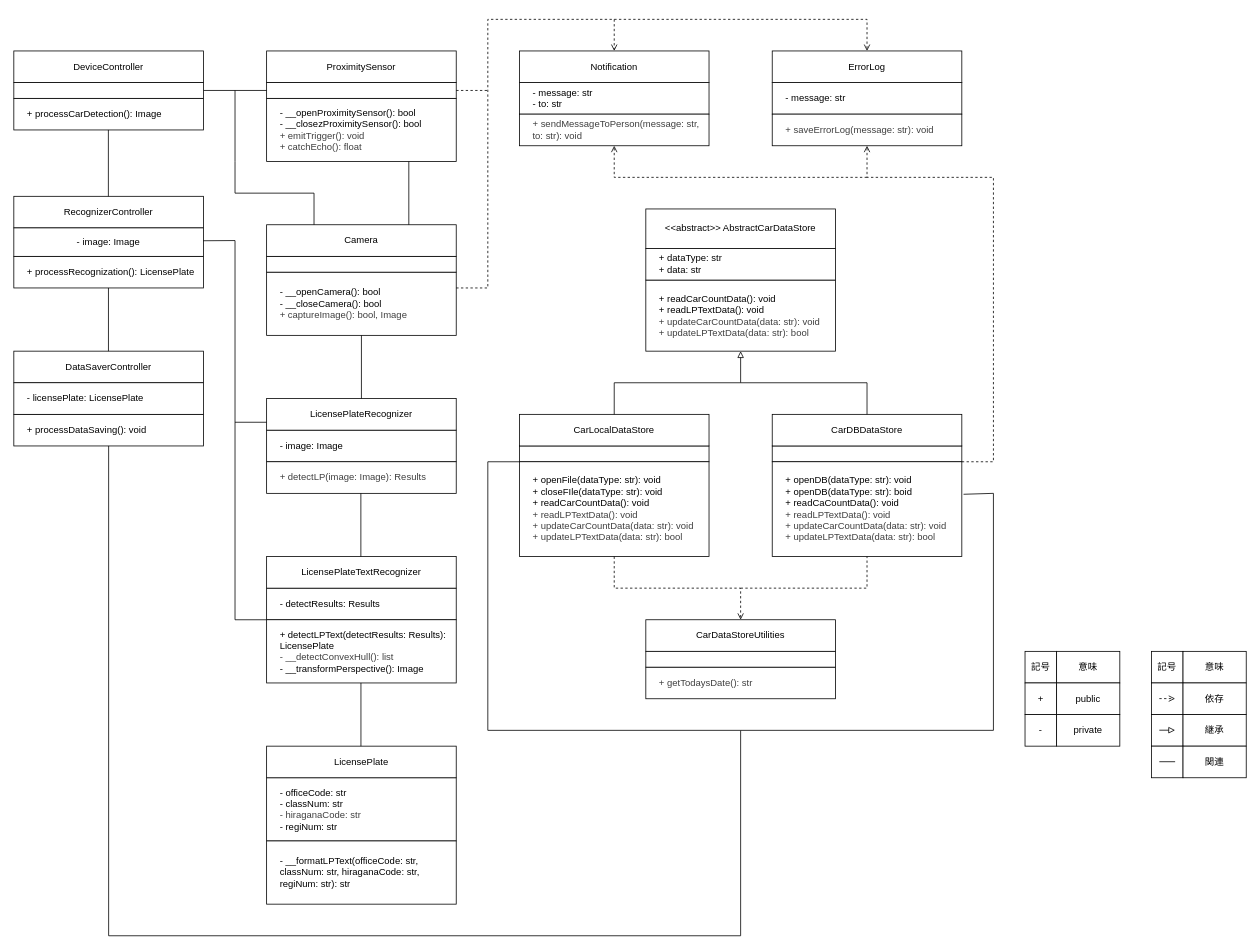
The draw.io diagram page "入口用" (1 of 2) of uml/class_diagram.drawio in kokoa454/ANPR_JP, before the edit. Source tidied: cells renumbered, new cells numbered last; positions are measured from the earlier drawing's top-left corner, leaving out a move shared by most shapes. Both pictures are drawn from the tidied source at 79%, with x=0, y=0 at pixel (13, 19).
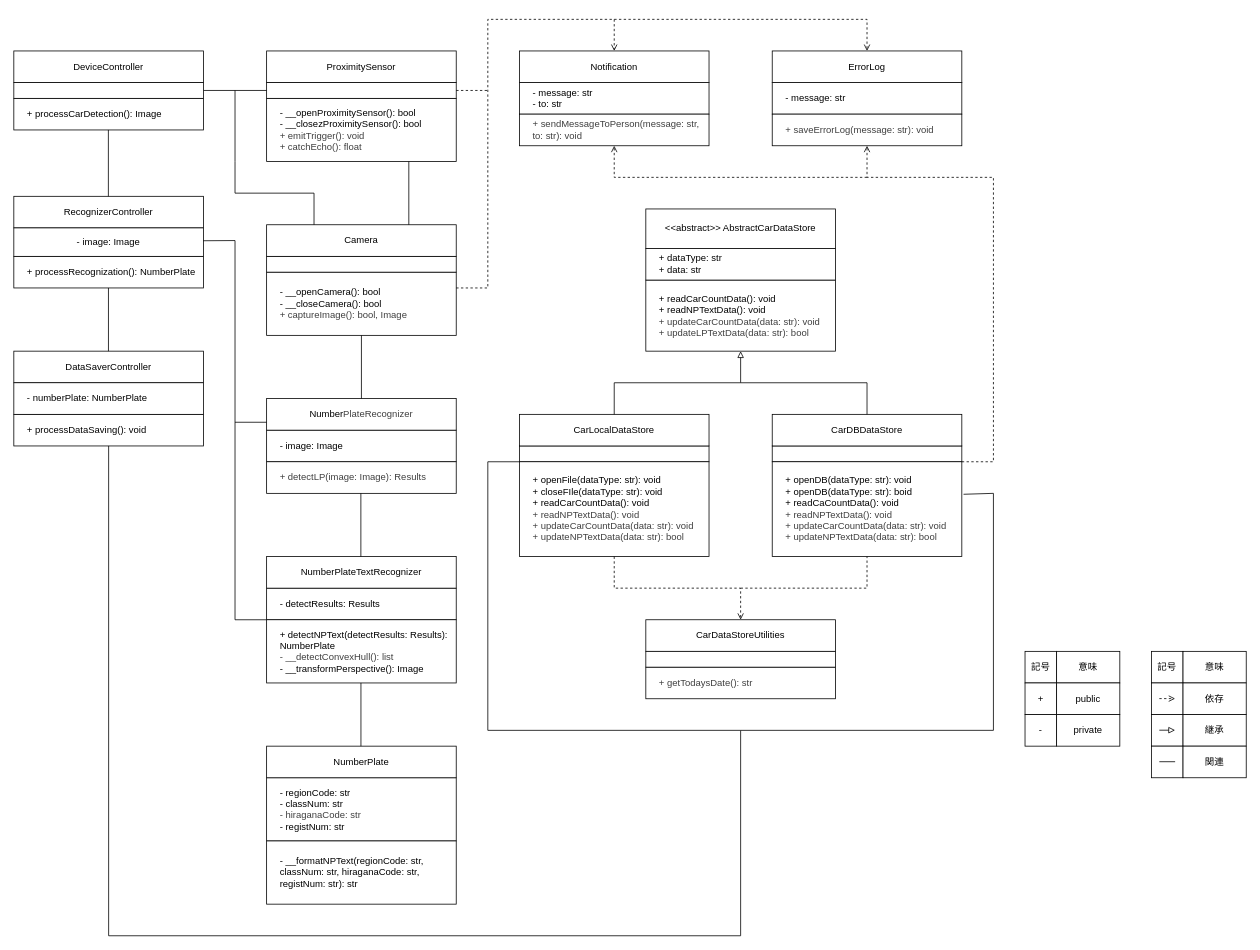
The same page after the edit.

Commit message (it also covers changes not shown here):
updated module names to Number Plate from License Plate

Diff of the diagram source:
```diff
@@
-    <mxCell id="2" value="- officeCode: str&lt;div&gt;- classNum: str&lt;/div&gt;&lt;div&gt;&lt;span style=&quot;background-color: transparent; color: rgb(63, 63, 63);&quot;&gt;- hiraganaCode: str&lt;/span&gt;&lt;/div&gt;&lt;div&gt;- regiNum: str&lt;/div&gt;" style="rounded=0;whiteSpace=wrap;html=1;align=left;spacingLeft=15;" parent="1" vertex="1">
+    <mxCell id="2" value="- regionCode: str&lt;div&gt;- classNum: str&lt;/div&gt;&lt;div&gt;&lt;span style=&quot;background-color: transparent; color: rgb(63, 63, 63);&quot;&gt;- hiraganaCode: str&lt;/span&gt;&lt;/div&gt;&lt;div&gt;- registNum: str&lt;/div&gt;" style="rounded=0;whiteSpace=wrap;html=1;align=left;spacingLeft=15;" parent="1" vertex="1">
       <mxGeometry x="320" y="960" width="240" height="80" as="geometry" />
     </mxCell>
-    <mxCell id="3" value="LicensePlate" style="rounded=0;whiteSpace=wrap;html=1;" parent="1" vertex="1">
+    <mxCell id="3" value="NumberPlate" style="rounded=0;whiteSpace=wrap;html=1;" parent="1" vertex="1">
       <mxGeometry x="320" y="920" width="240" height="40" as="geometry" />
     </mxCell>
-    <mxCell id="4" value="&lt;div&gt;&lt;span style=&quot;background-color: transparent;&quot;&gt;- __formatLPText(officeCode: str, classNum: str, hiraganaCode: str, regiNum: str): str&lt;/span&gt;&lt;/div&gt;" style="rounded=0;whiteSpace=wrap;html=1;align=left;spacingLeft=15;" parent="1" vertex="1">
+    <mxCell id="4" value="&lt;div&gt;&lt;span style=&quot;background-color: transparent;&quot;&gt;- __formatNPText(regionCode: str, classNum: str, hiraganaCode: str, registNum: str): str&lt;/span&gt;&lt;/div&gt;" style="rounded=0;whiteSpace=wrap;html=1;align=left;spacingLeft=15;" parent="1" vertex="1">
       <mxGeometry x="320" y="1040" width="240" height="80" as="geometry" />
     </mxCell>
@@
-    <mxCell id="17" value="LicensePlateRecognizer" style="rounded=0;whiteSpace=wrap;html=1;" parent="1" vertex="1">
+    <mxCell id="17" value="Number&lt;span style=&quot;color: rgb(63, 63, 63); background-color: transparent;&quot;&gt;PlateRecognizer&lt;/span&gt;" style="rounded=0;whiteSpace=wrap;html=1;" parent="1" vertex="1">
       <mxGeometry x="320" y="480" width="240" height="40" as="geometry" />
     </mxCell>
@@
-    <mxCell id="20" value="LicensePlateTextRecognizer" style="rounded=0;whiteSpace=wrap;html=1;" parent="1" vertex="1">
+    <mxCell id="20" value="NumberPlateTextRecognizer" style="rounded=0;whiteSpace=wrap;html=1;" parent="1" vertex="1">
       <mxGeometry x="320" y="680" width="240" height="40" as="geometry" />
     </mxCell>
-    <mxCell id="21" value="&lt;div&gt;+ detectLPText(detectResults: Results): LicensePlate&lt;/div&gt;&lt;div&gt;&lt;span style=&quot;color: rgb(63, 63, 63); background-color: transparent;&quot;&gt;- __detectConvexHull(): list&lt;/span&gt;&lt;/div&gt;&lt;div&gt;- __transformPerspective(): Image&lt;/div&gt;" style="rounded=0;whiteSpace=wrap;html=1;align=left;spacingLeft=15;" parent="1" vertex="1">
+    <mxCell id="21" value="&lt;div&gt;+ detectNPText(detectResults: Results): NumberPlate&lt;/div&gt;&lt;div&gt;&lt;span style=&quot;color: rgb(63, 63, 63); background-color: transparent;&quot;&gt;- __detectConvexHull(): list&lt;/span&gt;&lt;/div&gt;&lt;div&gt;- __transformPerspective(): Image&lt;/div&gt;" style="rounded=0;whiteSpace=wrap;html=1;align=left;spacingLeft=15;" parent="1" vertex="1">
       <mxGeometry x="320" y="760" width="240" height="80" as="geometry" />
     </mxCell>
@@
-    <mxCell id="24" value="&lt;div&gt;&lt;span style=&quot;scrollbar-color: rgb(226, 226, 226) rgb(251, 251, 251); color: rgb(0, 0, 0);&quot;&gt;+ openFile(dataType: str): void&lt;/span&gt;&lt;/div&gt;&lt;div&gt;&lt;span style=&quot;scrollbar-color: rgb(226, 226, 226) rgb(251, 251, 251); color: rgb(0, 0, 0);&quot;&gt;+ closeFIle(&lt;/span&gt;&lt;span style=&quot;color: rgb(0, 0, 0); background-color: transparent;&quot;&gt;dataType: str&lt;/span&gt;&lt;span style=&quot;background-color: transparent;&quot;&gt;): void&lt;/span&gt;&lt;/div&gt;&lt;span style=&quot;scrollbar-color: rgb(226, 226, 226) rgb(251, 251, 251); color: rgb(0, 0, 0);&quot;&gt;+ readCarCountData(): void&lt;/span&gt;&lt;div style=&quot;color: rgb(63, 63, 63); scrollbar-color: rgb(226, 226, 226) rgb(251, 251, 251);&quot;&gt;&lt;font style=&quot;color: rgb(63, 63, 63); scrollbar-color: rgb(226, 226, 226) rgb(251, 251, 251);&quot;&gt;+ readLPTextData(): void&lt;br style=&quot;color: rgb(63, 63, 63); scrollbar-color: rgb(226, 226, 226) rgb(251, 251, 251);&quot;&gt;&lt;/font&gt;&lt;div style=&quot;scrollbar-color: rgb(226, 226, 226) rgb(251, 251, 251); color: rgb(63, 63, 63);&quot;&gt;&lt;div style=&quot;scrollbar-color: rgb(226, 226, 226) rgb(251, 251, 251); color: rgb(63, 63, 63);&quot;&gt;&lt;span style=&quot;scrollbar-color: rgb(226, 226, 226) rgb(251, 251, 251); background-color: transparent; color: rgb(63, 63, 63);&quot;&gt;+ updateCarCountData(data: str): void&lt;/span&gt;&lt;/div&gt;&lt;/div&gt;&lt;div style=&quot;scrollbar-color: rgb(226, 226, 226) rgb(251, 251, 251); color: rgb(63, 63, 63);&quot;&gt;+ updateLPTextData(data: str): bool&lt;/div&gt;&lt;/div&gt;" style="rounded=0;whiteSpace=wrap;html=1;align=left;spacingLeft=15;" parent="1" vertex="1">
+    <mxCell id="24" value="&lt;div&gt;&lt;span style=&quot;scrollbar-color: rgb(226, 226, 226) rgb(251, 251, 251); color: rgb(0, 0, 0);&quot;&gt;+ openFile(dataType: str): void&lt;/span&gt;&lt;/div&gt;&lt;div&gt;&lt;span style=&quot;scrollbar-color: rgb(226, 226, 226) rgb(251, 251, 251); color: rgb(0, 0, 0);&quot;&gt;+ closeFIle(&lt;/span&gt;&lt;span style=&quot;color: rgb(0, 0, 0); background-color: transparent;&quot;&gt;dataType: str&lt;/span&gt;&lt;span style=&quot;background-color: transparent;&quot;&gt;): void&lt;/span&gt;&lt;/div&gt;&lt;span style=&quot;scrollbar-color: rgb(226, 226, 226) rgb(251, 251, 251); color: rgb(0, 0, 0);&quot;&gt;+ readCarCountData(): void&lt;/span&gt;&lt;div style=&quot;color: rgb(63, 63, 63); scrollbar-color: rgb(226, 226, 226) rgb(251, 251, 251);&quot;&gt;&lt;font style=&quot;color: rgb(63, 63, 63); scrollbar-color: rgb(226, 226, 226) rgb(251, 251, 251);&quot;&gt;+ readNPTextData(): void&lt;br style=&quot;color: rgb(63, 63, 63); scrollbar-color: rgb(226, 226, 226) rgb(251, 251, 251);&quot;&gt;&lt;/font&gt;&lt;div style=&quot;scrollbar-color: rgb(226, 226, 226) rgb(251, 251, 251); color: rgb(63, 63, 63);&quot;&gt;&lt;div style=&quot;scrollbar-color: rgb(226, 226, 226) rgb(251, 251, 251); color: rgb(63, 63, 63);&quot;&gt;&lt;span style=&quot;scrollbar-color: rgb(226, 226, 226) rgb(251, 251, 251); background-color: transparent; color: rgb(63, 63, 63);&quot;&gt;+ updateCarCountData(data: str): void&lt;/span&gt;&lt;/div&gt;&lt;/div&gt;&lt;div style=&quot;scrollbar-color: rgb(226, 226, 226) rgb(251, 251, 251); color: rgb(63, 63, 63);&quot;&gt;+ updateNPTextData(data: str): bool&lt;/div&gt;&lt;/div&gt;" style="rounded=0;whiteSpace=wrap;html=1;align=left;spacingLeft=15;" parent="1" vertex="1">
       <mxGeometry x="640" y="560" width="240" height="120" as="geometry" />
     </mxCell>
@@
-    <mxCell id="27" value="&lt;span style=&quot;scrollbar-color: rgb(226, 226, 226) rgb(251, 251, 251); color: rgb(0, 0, 0);&quot;&gt;+ openDB(&lt;span style=&quot;color: rgb(0, 0, 0);&quot;&gt;dataType: str&lt;/span&gt;): void&lt;/span&gt;&lt;div&gt;&lt;span style=&quot;scrollbar-color: rgb(226, 226, 226) rgb(251, 251, 251);&quot;&gt;&lt;font color=&quot;#000000&quot;&gt;+ openDB(&lt;/font&gt;&lt;/span&gt;&lt;span style=&quot;color: rgb(0, 0, 0); background-color: transparent;&quot;&gt;dataType: str&lt;/span&gt;&lt;span style=&quot;background-color: transparent;&quot;&gt;): boid&lt;/span&gt;&lt;/div&gt;&lt;div&gt;&lt;span style=&quot;scrollbar-color: rgb(226, 226, 226) rgb(251, 251, 251);&quot;&gt;&lt;font&gt;+ readCaCountData(): void&lt;/font&gt;&lt;/span&gt;&lt;div style=&quot;color: rgb(63, 63, 63); scrollbar-color: rgb(226, 226, 226) rgb(251, 251, 251);&quot;&gt;&lt;font style=&quot;color: rgb(63, 63, 63); scrollbar-color: rgb(226, 226, 226) rgb(251, 251, 251);&quot;&gt;+ readLPTextData(): void&lt;br style=&quot;color: rgb(63, 63, 63); scrollbar-color: rgb(226, 226, 226) rgb(251, 251, 251);&quot;&gt;&lt;/font&gt;&lt;div style=&quot;scrollbar-color: rgb(226, 226, 226) rgb(251, 251, 251); color: rgb(63, 63, 63);&quot;&gt;&lt;div style=&quot;scrollbar-color: rgb(226, 226, 226) rgb(251, 251, 251); color: rgb(63, 63, 63);&quot;&gt;&lt;span style=&quot;scrollbar-color: rgb(226, 226, 226) rgb(251, 251, 251); background-color: transparent; color: rgb(63, 63, 63);&quot;&gt;+ updateCarCountData(data: str): void&lt;/span&gt;&lt;/div&gt;&lt;/div&gt;&lt;div style=&quot;scrollbar-color: rgb(226, 226, 226) rgb(251, 251, 251); color: rgb(63, 63, 63);&quot;&gt;+ updateLPTextData(data: str): bool&lt;/div&gt;&lt;/div&gt;&lt;/div&gt;" style="rounded=0;whiteSpace=wrap;html=1;align=left;spacingLeft=15;" parent="1" vertex="1">
+    <mxCell id="27" value="&lt;span style=&quot;scrollbar-color: rgb(226, 226, 226) rgb(251, 251, 251); color: rgb(0, 0, 0);&quot;&gt;+ openDB(&lt;span style=&quot;color: rgb(0, 0, 0);&quot;&gt;dataType: str&lt;/span&gt;): void&lt;/span&gt;&lt;div&gt;&lt;span style=&quot;scrollbar-color: rgb(226, 226, 226) rgb(251, 251, 251);&quot;&gt;&lt;font color=&quot;#000000&quot;&gt;+ openDB(&lt;/font&gt;&lt;/span&gt;&lt;span style=&quot;color: rgb(0, 0, 0); background-color: transparent;&quot;&gt;dataType: str&lt;/span&gt;&lt;span style=&quot;background-color: transparent;&quot;&gt;): boid&lt;/span&gt;&lt;/div&gt;&lt;div&gt;&lt;span style=&quot;scrollbar-color: rgb(226, 226, 226) rgb(251, 251, 251);&quot;&gt;&lt;font&gt;+ readCaCountData(): void&lt;/font&gt;&lt;/span&gt;&lt;div style=&quot;color: rgb(63, 63, 63); scrollbar-color: rgb(226, 226, 226) rgb(251, 251, 251);&quot;&gt;&lt;font style=&quot;color: rgb(63, 63, 63); scrollbar-color: rgb(226, 226, 226) rgb(251, 251, 251);&quot;&gt;+ readNPTextData(): void&lt;br style=&quot;color: rgb(63, 63, 63); scrollbar-color: rgb(226, 226, 226) rgb(251, 251, 251);&quot;&gt;&lt;/font&gt;&lt;div style=&quot;scrollbar-color: rgb(226, 226, 226) rgb(251, 251, 251); color: rgb(63, 63, 63);&quot;&gt;&lt;div style=&quot;scrollbar-color: rgb(226, 226, 226) rgb(251, 251, 251); color: rgb(63, 63, 63);&quot;&gt;&lt;span style=&quot;scrollbar-color: rgb(226, 226, 226) rgb(251, 251, 251); background-color: transparent; color: rgb(63, 63, 63);&quot;&gt;+ updateCarCountData(data: str): void&lt;/span&gt;&lt;/div&gt;&lt;/div&gt;&lt;div style=&quot;scrollbar-color: rgb(226, 226, 226) rgb(251, 251, 251); color: rgb(63, 63, 63);&quot;&gt;+ updateNPTextData(data: str): bool&lt;/div&gt;&lt;/div&gt;&lt;/div&gt;" style="rounded=0;whiteSpace=wrap;html=1;align=left;spacingLeft=15;" parent="1" vertex="1">
       <mxGeometry x="960" y="560" width="240" height="120" as="geometry" />
     </mxCell>
@@
-    <mxCell id="31" value="&lt;span style=&quot;scrollbar-color: rgb(226, 226, 226) rgb(251, 251, 251); color: rgb(0, 0, 0);&quot;&gt;+ readCarCountData(): void&lt;/span&gt;&lt;div&gt;&lt;font color=&quot;#000000&quot;&gt;+ readLPTextData(): void&lt;br&gt;&lt;/font&gt;&lt;div style=&quot;scrollbar-color: rgb(226, 226, 226) rgb(251, 251, 251); color: rgb(63, 63, 63);&quot;&gt;&lt;div style=&quot;scrollbar-color: rgb(226, 226, 226) rgb(251, 251, 251); color: rgb(63, 63, 63);&quot;&gt;&lt;span style=&quot;scrollbar-color: rgb(226, 226, 226) rgb(251, 251, 251); background-color: transparent; color: rgb(63, 63, 63);&quot;&gt;+ updateCarCountData(data: str): void&lt;/span&gt;&lt;/div&gt;&lt;/div&gt;&lt;div style=&quot;scrollbar-color: rgb(226, 226, 226) rgb(251, 251, 251); color: rgb(63, 63, 63);&quot;&gt;+ updateLPTextData(data: str): bool&lt;/div&gt;&lt;/div&gt;" style="rounded=0;whiteSpace=wrap;html=1;align=left;spacingLeft=15;" parent="1" vertex="1">
+    <mxCell id="31" value="&lt;span style=&quot;scrollbar-color: rgb(226, 226, 226) rgb(251, 251, 251); color: rgb(0, 0, 0);&quot;&gt;+ readCarCountData(): void&lt;/span&gt;&lt;div&gt;&lt;font color=&quot;#000000&quot;&gt;+ readNPTextData(): void&lt;br&gt;&lt;/font&gt;&lt;div style=&quot;scrollbar-color: rgb(226, 226, 226) rgb(251, 251, 251); color: rgb(63, 63, 63);&quot;&gt;&lt;div style=&quot;scrollbar-color: rgb(226, 226, 226) rgb(251, 251, 251); color: rgb(63, 63, 63);&quot;&gt;&lt;span style=&quot;scrollbar-color: rgb(226, 226, 226) rgb(251, 251, 251); background-color: transparent; color: rgb(63, 63, 63);&quot;&gt;+ updateCarCountData(data: str): void&lt;/span&gt;&lt;/div&gt;&lt;/div&gt;&lt;div style=&quot;scrollbar-color: rgb(226, 226, 226) rgb(251, 251, 251); color: rgb(63, 63, 63);&quot;&gt;+ updateLPTextData(data: str): bool&lt;/div&gt;&lt;/div&gt;" style="rounded=0;whiteSpace=wrap;html=1;align=left;spacingLeft=15;" parent="1" vertex="1">
       <mxGeometry x="800" y="330" width="240" height="90" as="geometry" />
     </mxCell>
@@
-    <mxCell id="62" value="+ processRecognization(): LicensePlate" style="rounded=0;whiteSpace=wrap;html=1;align=left;spacingLeft=15;" parent="1" vertex="1">
+    <mxCell id="62" value="+ processRecognization(): NumberPlate" style="rounded=0;whiteSpace=wrap;html=1;align=left;spacingLeft=15;" parent="1" vertex="1">
       <mxGeometry y="300" width="240" height="40" as="geometry" />
     </mxCell>
@@
-    <mxCell id="69" value="- licensePlate: LicensePlate" style="rounded=0;whiteSpace=wrap;html=1;align=left;spacingLeft=15;" parent="1" vertex="1">
+    <mxCell id="69" value="- numberPlate: NumberPlate" style="rounded=0;whiteSpace=wrap;html=1;align=left;spacingLeft=15;" parent="1" vertex="1">
       <mxGeometry y="460" width="240" height="40" as="geometry" />
     </mxCell>
```
